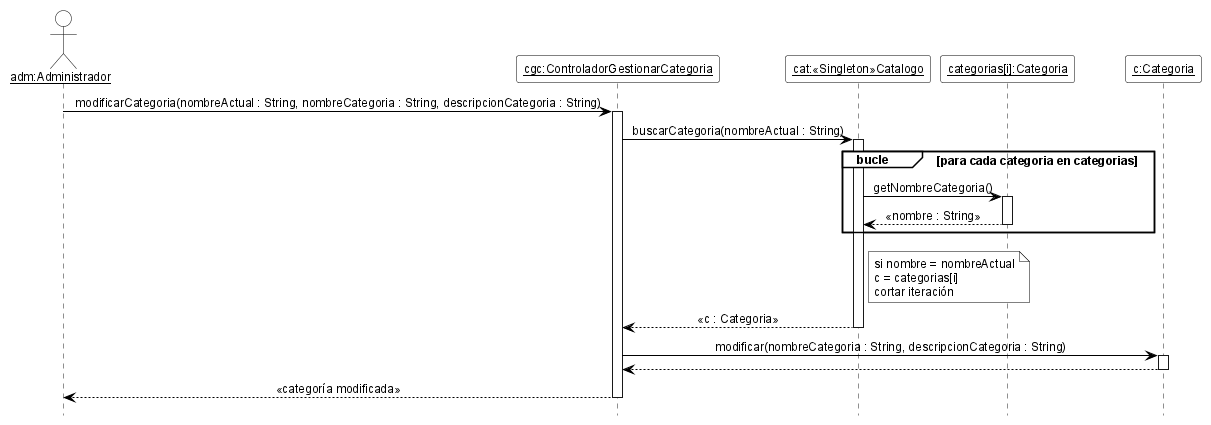
Above: 08-Diagrama De Secuencia/DSD_CU-03_modificarCategoria.png in cirotop/Stock-Project (PlantUML), before the change. Its diagram source:
```plantuml
@startuml DSD_CU-03_modificarCategoria
hide footbox
skinparam shadowing false
skinparam defaultFontName Arial
skinparam defaultFontSize 12
skinparam sequenceMessageAlign center
skinparam ArrowColor black
skinparam ParticipantBackgroundColor white
skinparam ParticipantBorderColor black
skinparam CollectionsBackgroundColor white
skinparam CollectionsBorderColor black
skinparam ActorBackgroundColor white
skinparam ActorBorderColor black
skinparam LifeLineBorderColor black
skinparam LifeLineBackgroundColor white
skinparam SequenceGroupBackgroundColor white
skinparam SequenceGroupBorderColor black
skinparam SequenceGroupHeaderFontColor black
skinparam NoteBackgroundColor white
skinparam NoteBorderColor black

actor "<u>adm:Administrador</u>" as adm
participant "<u>cgc:ControladorGestionarCategoria</u>" as cgc
participant "<u>cat:«Singleton»Catalogo</u>" as cat
participant "<u>categorias[i]:Categoria</u>" as ci
participant "<u>c:Categoria</u>" as c

adm -> cgc ++ : modificarCategoria(nombreActual : String, nombreCategoria : String, descripcionCategoria : String)
cgc -> cat ++ : buscarCategoria(nombreActual : String)
group bucle [para cada categoria en categorias]
  cat -> ci ++ : getNombreCategoria()
  ci --> cat -- : «nombre : String»
end
note right of cat
  si nombre = nombreActual
  c = categorias[i]
  cortar iteración
end note
cat --> cgc -- : «c : Categoria»
cgc -> c ++ : modificar(nombreCategoria : String, descripcionCategoria : String)
c --> cgc --
cgc --> adm -- : «categoría modificada»

@enduml
```
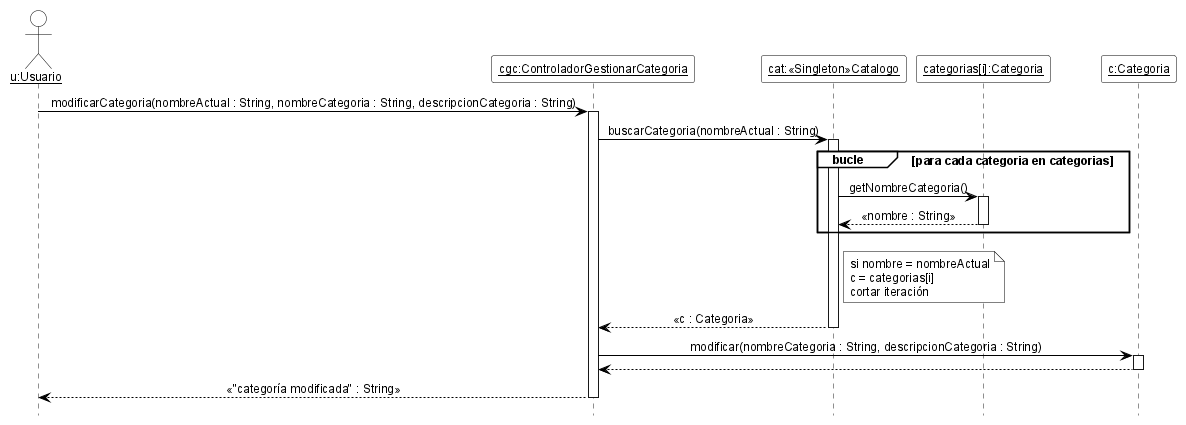
After the commit.

The edit, as a diff of the source:
```diff
@@ -19,17 +19,17 @@
 skinparam NoteBackgroundColor white
 skinparam NoteBorderColor black
 
-actor "<u>adm:Administrador</u>" as adm
+actor "<u>u:Usuario</u>" as u
 participant "<u>cgc:ControladorGestionarCategoria</u>" as cgc
 participant "<u>cat:«Singleton»Catalogo</u>" as cat
-participant "<u>categorias[i]:Categoria</u>" as ci
+participant "<u>categorias[i]:Categoria</u>" as ki
 participant "<u>c:Categoria</u>" as c
 
-adm -> cgc ++ : modificarCategoria(nombreActual : String, nombreCategoria : String, descripcionCategoria : String)
+u -> cgc ++ : modificarCategoria(nombreActual : String, nombreCategoria : String, descripcionCategoria : String)
 cgc -> cat ++ : buscarCategoria(nombreActual : String)
 group bucle [para cada categoria en categorias]
-  cat -> ci ++ : getNombreCategoria()
-  ci --> cat -- : «nombre : String»
+  cat -> ki ++ : getNombreCategoria()
+  ki --> cat -- : «nombre : String»
 end
 note right of cat
   si nombre = nombreActual
@@ -39,6 +39,6 @@
 cat --> cgc -- : «c : Categoria»
 cgc -> c ++ : modificar(nombreCategoria : String, descripcionCategoria : String)
 c --> cgc --
-cgc --> adm -- : «categoría modificada»
+cgc --> u -- : «"categoría modificada" : String»
 
 @enduml
```
